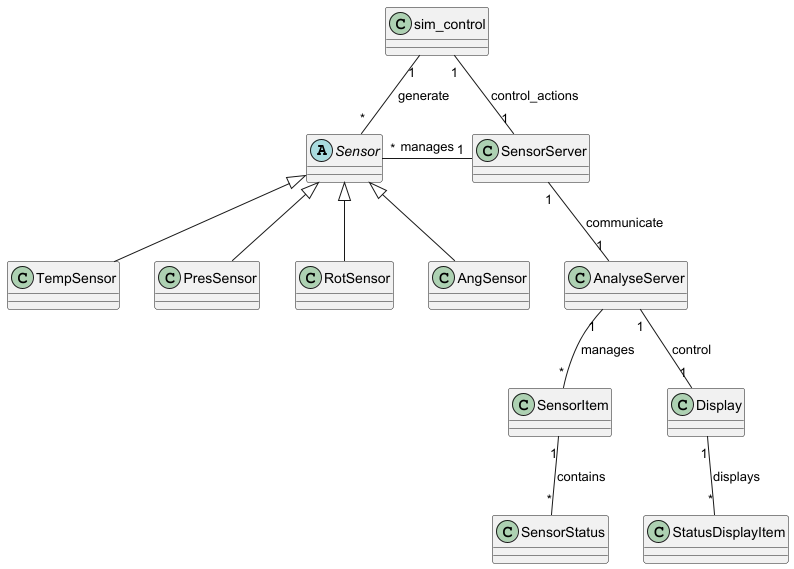
Before: _01_project/_09_docu/class_diag_min.png, a diagram exported from PlantUML (theRealHarlequin/distributed-systems).
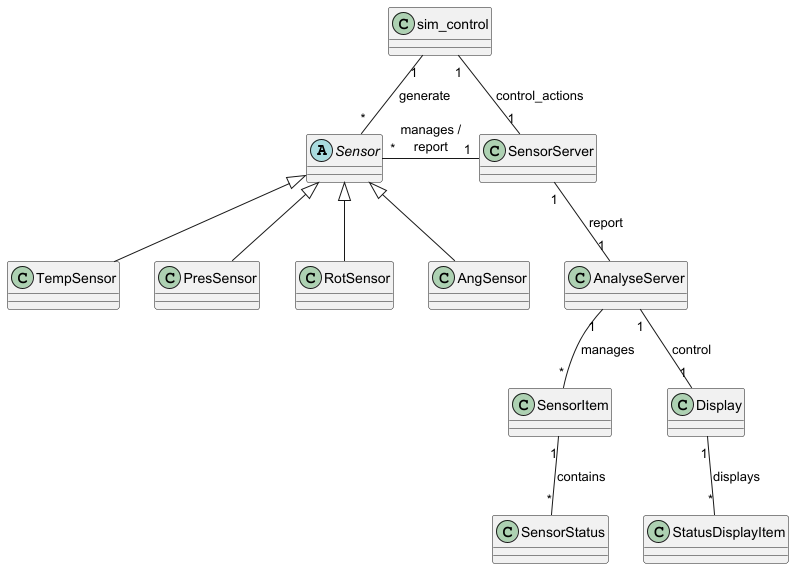
After the change.

Diff of the diagram source:
```diff
@@ -30,8 +30,8 @@
 Sensor <|-- RotSensor
 Sensor <|-- AngSensor
 
-SensorServer "1" -left- "*" Sensor : manages
-SensorServer "1" -- "1" AnalyseServer : communicate
+SensorServer "1" -left- "*" Sensor : manages /\nreport
+SensorServer "1" -- "1" AnalyseServer : report
 AnalyseServer "1" -- "1" Display: control
 sim_control "1" -- "*" Sensor : generate
 sim_control "1" -- "1" SensorServer : control_actions
```
